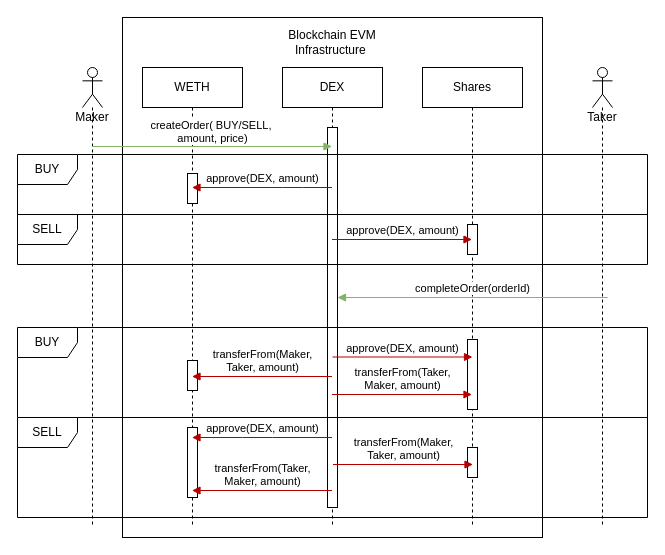
The draw.io diagram docs/Simple DEX Sequence Diagram.drawio in JSzymanskiJS/simple-dex, before the edit. Source tidied: cells renumbered, new cells numbered last; positions are measured from the earlier drawing's top-left corner, leaving out a move shared by most shapes. Both pictures are drawn from the tidied source at 100%, with x=0, y=0 at pixel (17, 17).
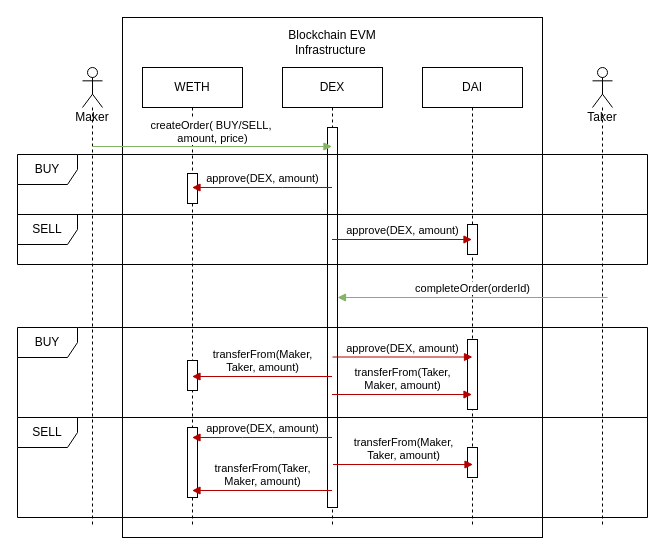
Above is the later version.

The edit, as a diff of the source:
```diff
@@
-    <mxCell id="3" value="Shares" style="shape=umlLifeline;perimeter=lifelinePerimeter;whiteSpace=wrap;html=1;" parent="1" vertex="1">
+    <mxCell id="3" value="DAI" style="shape=umlLifeline;perimeter=lifelinePerimeter;whiteSpace=wrap;html=1;" parent="1" vertex="1">
       <mxGeometry x="405" y="50" width="100" height="460" as="geometry" />
     </mxCell>
```
